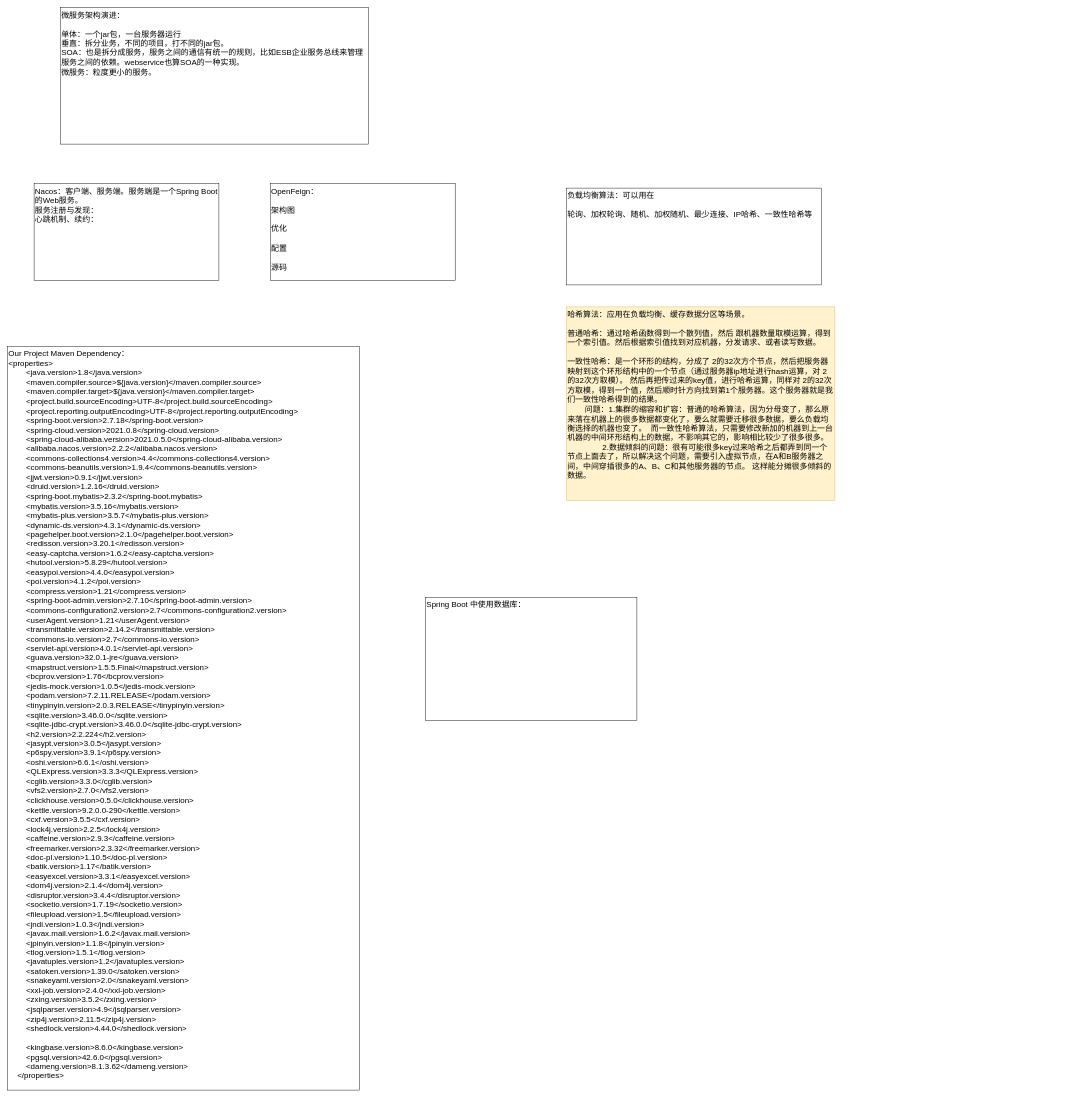
The draw.io diagram JAVA/微服务.drawio in KGwolf/MyDraw, before the edit. Source tidied: cells renumbered, new cells numbered last; positions are measured from the earlier drawing's top-left corner, leaving out a move shared by most shapes. Both pictures are drawn from the tidied source at 44%, with x=0, y=0 at pixel (7, 7).
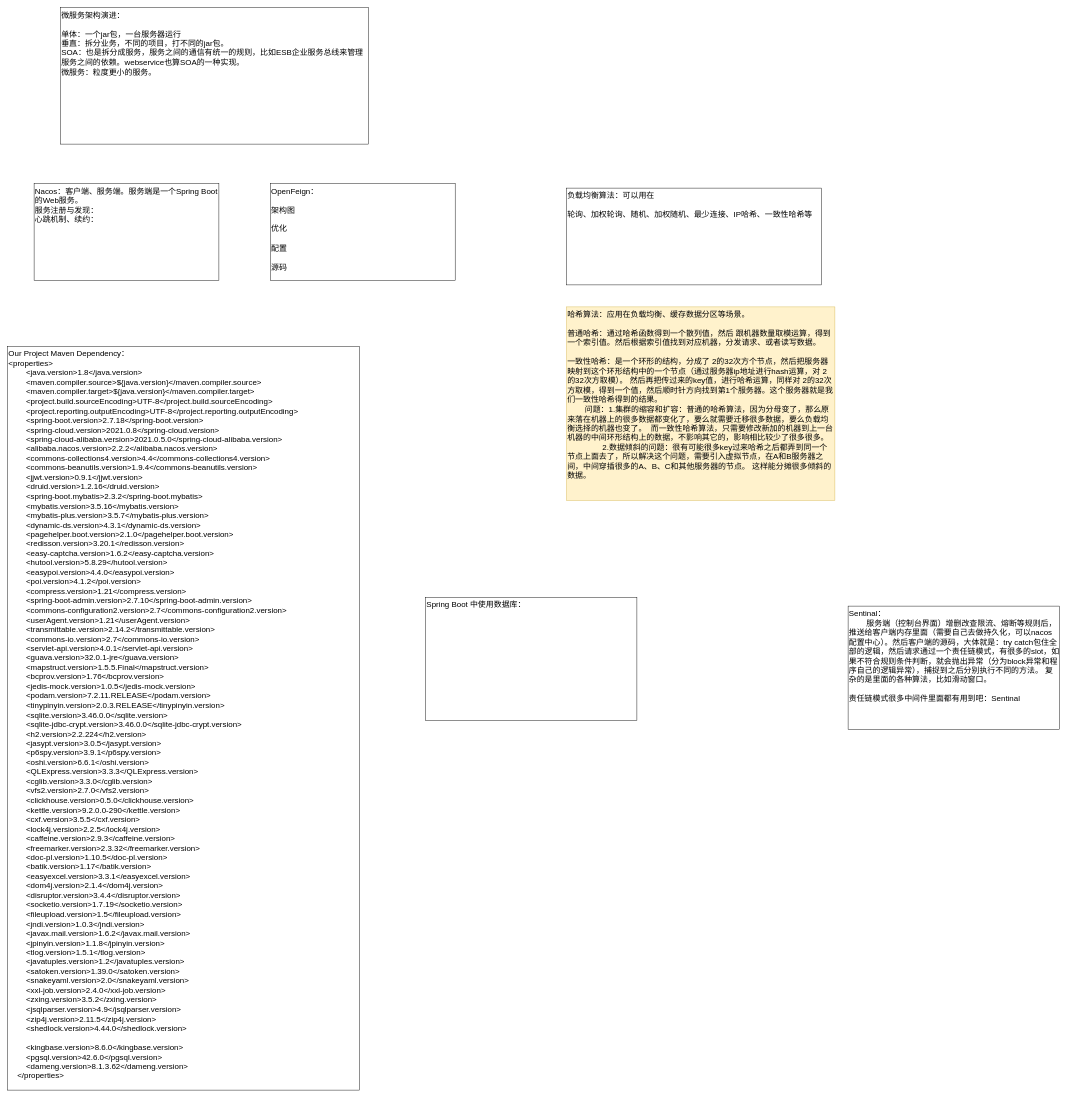
Above is the later version.

Commit message:
更新微服务.drawio

The edit, as a diff of the source:
```diff
@@
 <mxGraphModel>
   <root>
     <mxCell id="0" />
     <mxCell id="1" parent="0" />
     <mxCell id="2" value="Nacos：客户端、服务端。服务端是一个Spring Boot的Web服务。&lt;div&gt;服务注册与发现：&lt;/div&gt;&lt;div&gt;心跳机制、续约：&lt;br&gt;&lt;div&gt;&lt;br&gt;&lt;/div&gt;&lt;/div&gt;" style="rounded=0;whiteSpace=wrap;html=1;fontSize=18;verticalAlign=top;align=left;" parent="1" vertex="1">
       <mxGeometry x="60" y="400" width="420" height="220" as="geometry" />
     </mxCell>
     <mxCell id="3" value="&lt;div&gt;OpenFeign：&lt;/div&gt;&lt;div&gt;&lt;br&gt;&lt;/div&gt;&lt;div&gt;架构图&lt;/div&gt;&lt;div&gt;&lt;br&gt;&lt;/div&gt;&lt;div&gt;优化&lt;/div&gt;&lt;div&gt;&lt;br&gt;&lt;/div&gt;&lt;div&gt;配置&lt;/div&gt;&lt;div&gt;&lt;br&gt;&lt;/div&gt;&lt;div&gt;源码&lt;/div&gt;" style="rounded=0;whiteSpace=wrap;html=1;fontSize=18;verticalAlign=top;align=left;" parent="1" vertex="1">
       <mxGeometry x="597" y="400" width="420" height="220" as="geometry" />
     </mxCell>
     <mxCell id="4" value="Our Project Maven Dependency：&lt;div&gt;&lt;div&gt;&amp;lt;properties&amp;gt;&lt;/div&gt;&lt;div&gt;&amp;nbsp; &amp;nbsp; &amp;nbsp; &amp;nbsp; &amp;lt;java.version&amp;gt;1.8&amp;lt;/java.version&amp;gt;&lt;/div&gt;&lt;div&gt;&amp;nbsp; &amp;nbsp; &amp;nbsp; &amp;nbsp; &amp;lt;maven.compiler.source&amp;gt;${java.version}&amp;lt;/maven.compiler.source&amp;gt;&lt;/div&gt;&lt;div&gt;&amp;nbsp; &amp;nbsp; &amp;nbsp; &amp;nbsp; &amp;lt;maven.compiler.target&amp;gt;${java.version}&amp;lt;/maven.compiler.target&amp;gt;&lt;/div&gt;&lt;div&gt;&amp;nbsp; &amp;nbsp; &amp;nbsp; &amp;nbsp; &amp;lt;project.build.sourceEncoding&amp;gt;UTF-8&amp;lt;/project.build.sourceEncoding&amp;gt;&lt;/div&gt;&lt;div&gt;&amp;nbsp; &amp;nbsp; &amp;nbsp; &amp;nbsp; &amp;lt;project.reporting.outputEncoding&amp;gt;UTF-8&amp;lt;/project.reporting.outputEncoding&amp;gt;&lt;/div&gt;&lt;div&gt;&amp;nbsp; &amp;nbsp; &amp;nbsp; &amp;nbsp; &amp;lt;spring-boot.version&amp;gt;2.7.18&amp;lt;/spring-boot.version&amp;gt;&lt;/div&gt;&lt;div&gt;&amp;nbsp; &amp;nbsp; &amp;nbsp; &amp;nbsp; &amp;lt;spring-cloud.version&amp;gt;2021.0.8&amp;lt;/spring-cloud.version&amp;gt;&lt;/div&gt;&lt;div&gt;&amp;nbsp; &amp;nbsp; &amp;nbsp; &amp;nbsp; &amp;lt;spring-cloud-alibaba.version&amp;gt;2021.0.5.0&amp;lt;/spring-cloud-alibaba.version&amp;gt;&lt;/div&gt;&lt;div&gt;&amp;nbsp; &amp;nbsp; &amp;nbsp; &amp;nbsp; &amp;lt;alibaba.nacos.version&amp;gt;2.2.2&amp;lt;/alibaba.nacos.version&amp;gt;&lt;/div&gt;&lt;div&gt;&amp;nbsp; &amp;nbsp; &amp;nbsp; &amp;nbsp; &amp;lt;commons-collections4.version&amp;gt;4.4&amp;lt;/commons-collections4.version&amp;gt;&lt;/div&gt;&lt;div&gt;&amp;nbsp; &amp;nbsp; &amp;nbsp; &amp;nbsp; &amp;lt;commons-beanutils.version&amp;gt;1.9.4&amp;lt;/commons-beanutils.version&amp;gt;&lt;/div&gt;&lt;div&gt;&amp;nbsp; &amp;nbsp; &amp;nbsp; &amp;nbsp; &amp;lt;jjwt.version&amp;gt;0.9.1&amp;lt;/jjwt.version&amp;gt;&lt;/div&gt;&lt;div&gt;&amp;nbsp; &amp;nbsp; &amp;nbsp; &amp;nbsp; &amp;lt;druid.version&amp;gt;1.2.16&amp;lt;/druid.version&amp;gt;&lt;/div&gt;&lt;div&gt;&amp;nbsp; &amp;nbsp; &amp;nbsp; &amp;nbsp; &amp;lt;spring-boot.mybatis&amp;gt;2.3.2&amp;lt;/spring-boot.mybatis&amp;gt;&lt;/div&gt;&lt;div&gt;&amp;nbsp; &amp;nbsp; &amp;nbsp; &amp;nbsp; &amp;lt;mybatis.version&amp;gt;3.5.16&amp;lt;/mybatis.version&amp;gt;&lt;/div&gt;&lt;div&gt;&amp;nbsp; &amp;nbsp; &amp;nbsp; &amp;nbsp; &amp;lt;mybatis-plus.version&amp;gt;3.5.7&amp;lt;/mybatis-plus.version&amp;gt;&lt;/div&gt;&lt;div&gt;&amp;nbsp; &amp;nbsp; &amp;nbsp; &amp;nbsp; &amp;lt;dynamic-ds.version&amp;gt;4.3.1&amp;lt;/dynamic-ds.version&amp;gt;&lt;/div&gt;&lt;div&gt;&amp;nbsp; &amp;nbsp; &amp;nbsp; &amp;nbsp; &amp;lt;pagehelper.boot.version&amp;gt;2.1.0&amp;lt;/pagehelper.boot.version&amp;gt;&lt;/div&gt;&lt;div&gt;&amp;nbsp; &amp;nbsp; &amp;nbsp; &amp;nbsp; &amp;lt;redisson.version&amp;gt;3.20.1&amp;lt;/redisson.version&amp;gt;&lt;/div&gt;&lt;div&gt;&amp;nbsp; &amp;nbsp; &amp;nbsp; &amp;nbsp; &amp;lt;easy-captcha.version&amp;gt;1.6.2&amp;lt;/easy-captcha.version&amp;gt;&lt;/div&gt;&lt;div&gt;&amp;nbsp; &amp;nbsp; &amp;nbsp; &amp;nbsp; &amp;lt;hutool.version&amp;gt;5.8.29&amp;lt;/hutool.version&amp;gt;&lt;/div&gt;&lt;div&gt;&amp;nbsp; &amp;nbsp; &amp;nbsp; &amp;nbsp; &amp;lt;easypoi.version&amp;gt;4.4.0&amp;lt;/easypoi.version&amp;gt;&lt;/div&gt;&lt;div&gt;&amp;nbsp; &amp;nbsp; &amp;nbsp; &amp;nbsp; &amp;lt;poi.version&amp;gt;4.1.2&amp;lt;/poi.version&amp;gt;&lt;/div&gt;&lt;div&gt;&amp;nbsp; &amp;nbsp; &amp;nbsp; &amp;nbsp; &amp;lt;compress.version&amp;gt;1.21&amp;lt;/compress.version&amp;gt;&lt;/div&gt;&lt;div&gt;&amp;nbsp; &amp;nbsp; &amp;nbsp; &amp;nbsp; &amp;lt;spring-boot-admin.version&amp;gt;2.7.10&amp;lt;/spring-boot-admin.version&amp;gt;&lt;/div&gt;&lt;div&gt;&amp;nbsp; &amp;nbsp; &amp;nbsp; &amp;nbsp; &amp;lt;commons-configuration2.version&amp;gt;2.7&amp;lt;/commons-configuration2.version&amp;gt;&lt;/div&gt;&lt;div&gt;&amp;nbsp; &amp;nbsp; &amp;nbsp; &amp;nbsp; &amp;lt;userAgent.version&amp;gt;1.21&amp;lt;/userAgent.version&amp;gt;&lt;/div&gt;&lt;div&gt;&amp;nbsp; &amp;nbsp; &amp;nbsp; &amp;nbsp; &amp;lt;transmittable.version&amp;gt;2.14.2&amp;lt;/transmittable.version&amp;gt;&lt;/div&gt;&lt;div&gt;&amp;nbsp; &amp;nbsp; &amp;nbsp; &amp;nbsp; &amp;lt;commons-io.version&amp;gt;2.7&amp;lt;/commons-io.version&amp;gt;&lt;/div&gt;&lt;div&gt;&amp;nbsp; &amp;nbsp; &amp;nbsp; &amp;nbsp; &amp;lt;servlet-api.version&amp;gt;4.0.1&amp;lt;/servlet-api.version&amp;gt;&lt;/div&gt;&lt;div&gt;&amp;nbsp; &amp;nbsp; &amp;nbsp; &amp;nbsp; &amp;lt;guava.version&amp;gt;32.0.1-jre&amp;lt;/guava.version&amp;gt;&lt;/div&gt;&lt;div&gt;&amp;nbsp; &amp;nbsp; &amp;nbsp; &amp;nbsp; &amp;lt;mapstruct.version&amp;gt;1.5.5.Final&amp;lt;/mapstruct.version&amp;gt;&lt;/div&gt;&lt;div&gt;&amp;nbsp; &amp;nbsp; &amp;nbsp; &amp;nbsp; &amp;lt;bcprov.version&amp;gt;1.76&amp;lt;/bcprov.version&amp;gt;&lt;/div&gt;&lt;div&gt;&amp;nbsp; &amp;nbsp; &amp;nbsp; &amp;nbsp; &amp;lt;jedis-mock.version&amp;gt;1.0.5&amp;lt;/jedis-mock.version&amp;gt;&lt;/div&gt;&lt;div&gt;&amp;nbsp; &amp;nbsp; &amp;nbsp; &amp;nbsp; &amp;lt;podam.version&amp;gt;7.2.11.RELEASE&amp;lt;/podam.version&amp;gt;&lt;/div&gt;&lt;div&gt;&amp;nbsp; &amp;nbsp; &amp;nbsp; &amp;nbsp; &amp;lt;tinypinyin.version&amp;gt;2.0.3.RELEASE&amp;lt;/tinypinyin.version&amp;gt;&lt;/div&gt;&lt;div&gt;&amp;nbsp; &amp;nbsp; &amp;nbsp; &amp;nbsp; &amp;lt;sqlite.version&amp;gt;3.46.0.0&amp;lt;/sqlite.version&amp;gt;&lt;/div&gt;&lt;div&gt;&amp;nbsp; &amp;nbsp; &amp;nbsp; &amp;nbsp; &amp;lt;sqlite-jdbc-crypt.version&amp;gt;3.46.0.0&amp;lt;/sqlite-jdbc-crypt.version&amp;gt;&lt;/div&gt;&lt;div&gt;&amp;nbsp; &amp;nbsp; &amp;nbsp; &amp;nbsp; &amp;lt;h2.version&amp;gt;2.2.224&amp;lt;/h2.version&amp;gt;&lt;/div&gt;&lt;div&gt;&amp;nbsp; &amp;nbsp; &amp;nbsp; &amp;nbsp; &amp;lt;jasypt.version&amp;gt;3.0.5&amp;lt;/jasypt.version&amp;gt;&lt;/div&gt;&lt;div&gt;&amp;nbsp; &amp;nbsp; &amp;nbsp; &amp;nbsp; &amp;lt;p6spy.version&amp;gt;3.9.1&amp;lt;/p6spy.version&amp;gt;&lt;/div&gt;&lt;div&gt;&amp;nbsp; &amp;nbsp; &amp;nbsp; &amp;nbsp; &amp;lt;oshi.version&amp;gt;6.6.1&amp;lt;/oshi.version&amp;gt;&lt;/div&gt;&lt;div&gt;&amp;nbsp; &amp;nbsp; &amp;nbsp; &amp;nbsp; &amp;lt;QLExpress.version&amp;gt;3.3.3&amp;lt;/QLExpress.version&amp;gt;&lt;/div&gt;&lt;div&gt;&amp;nbsp; &amp;nbsp; &amp;nbsp; &amp;nbsp; &amp;lt;cglib.version&amp;gt;3.3.0&amp;lt;/cglib.version&amp;gt;&lt;/div&gt;&lt;div&gt;&amp;nbsp; &amp;nbsp; &amp;nbsp; &amp;nbsp; &amp;lt;vfs2.version&amp;gt;2.7.0&amp;lt;/vfs2.version&amp;gt;&lt;/div&gt;&lt;div&gt;&amp;nbsp; &amp;nbsp; &amp;nbsp; &amp;nbsp; &amp;lt;clickhouse.version&amp;gt;0.5.0&amp;lt;/clickhouse.version&amp;gt;&lt;/div&gt;&lt;div&gt;&amp;nbsp; &amp;nbsp; &amp;nbsp; &amp;nbsp; &amp;lt;kettle.version&amp;gt;9.2.0.0-290&amp;lt;/kettle.version&amp;gt;&lt;/div&gt;&lt;div&gt;&amp;nbsp; &amp;nbsp; &amp;nbsp; &amp;nbsp; &amp;lt;cxf.version&amp;gt;3.5.5&amp;lt;/cxf.version&amp;gt;&lt;/div&gt;&lt;div&gt;&amp;nbsp; &amp;nbsp; &amp;nbsp; &amp;nbsp; &amp;lt;lock4j.version&amp;gt;2.2.5&amp;lt;/lock4j.version&amp;gt;&lt;/div&gt;&lt;div&gt;&amp;nbsp; &amp;nbsp; &amp;nbsp; &amp;nbsp; &amp;lt;caffeine.version&amp;gt;2.9.3&amp;lt;/caffeine.version&amp;gt;&lt;/div&gt;&lt;div&gt;&amp;nbsp; &amp;nbsp; &amp;nbsp; &amp;nbsp; &amp;lt;freemarker.version&amp;gt;2.3.32&amp;lt;/freemarker.version&amp;gt;&lt;/div&gt;&lt;div&gt;&amp;nbsp; &amp;nbsp; &amp;nbsp; &amp;nbsp; &amp;lt;doc-pl.version&amp;gt;1.10.5&amp;lt;/doc-pl.version&amp;gt;&lt;/div&gt;&lt;div&gt;&amp;nbsp; &amp;nbsp; &amp;nbsp; &amp;nbsp; &amp;lt;batik.version&amp;gt;1.17&amp;lt;/batik.version&amp;gt;&lt;/div&gt;&lt;div&gt;&amp;nbsp; &amp;nbsp; &amp;nbsp; &amp;nbsp; &amp;lt;easyexcel.version&amp;gt;3.3.1&amp;lt;/easyexcel.version&amp;gt;&lt;/div&gt;&lt;div&gt;&amp;nbsp; &amp;nbsp; &amp;nbsp; &amp;nbsp; &amp;lt;dom4j.version&amp;gt;2.1.4&amp;lt;/dom4j.version&amp;gt;&lt;/div&gt;&lt;div&gt;&amp;nbsp; &amp;nbsp; &amp;nbsp; &amp;nbsp; &amp;lt;disruptor.version&amp;gt;3.4.4&amp;lt;/disruptor.version&amp;gt;&lt;/div&gt;&lt;div&gt;&amp;nbsp; &amp;nbsp; &amp;nbsp; &amp;nbsp; &amp;lt;socketio.version&amp;gt;1.7.19&amp;lt;/socketio.version&amp;gt;&lt;/div&gt;&lt;div&gt;&amp;nbsp; &amp;nbsp; &amp;nbsp; &amp;nbsp; &amp;lt;fileupload.version&amp;gt;1.5&amp;lt;/fileupload.version&amp;gt;&lt;/div&gt;&lt;div&gt;&amp;nbsp; &amp;nbsp; &amp;nbsp; &amp;nbsp; &amp;lt;jndi.version&amp;gt;1.0.3&amp;lt;/jndi.version&amp;gt;&lt;/div&gt;&lt;div&gt;&amp;nbsp; &amp;nbsp; &amp;nbsp; &amp;nbsp; &amp;lt;javax.mail.version&amp;gt;1.6.2&amp;lt;/javax.mail.version&amp;gt;&lt;/div&gt;&lt;div&gt;&amp;nbsp; &amp;nbsp; &amp;nbsp; &amp;nbsp; &amp;lt;jpinyin.version&amp;gt;1.1.8&amp;lt;/jpinyin.version&amp;gt;&lt;/div&gt;&lt;div&gt;&amp;nbsp; &amp;nbsp; &amp;nbsp; &amp;nbsp; &amp;lt;tlog.version&amp;gt;1.5.1&amp;lt;/tlog.version&amp;gt;&lt;/div&gt;&lt;div&gt;&amp;nbsp; &amp;nbsp; &amp;nbsp; &amp;nbsp; &amp;lt;javatuples.version&amp;gt;1.2&amp;lt;/javatuples.version&amp;gt;&lt;/div&gt;&lt;div&gt;&amp;nbsp; &amp;nbsp; &amp;nbsp; &amp;nbsp; &amp;lt;satoken.version&amp;gt;1.39.0&amp;lt;/satoken.version&amp;gt;&lt;/div&gt;&lt;div&gt;&amp;nbsp; &amp;nbsp; &amp;nbsp; &amp;nbsp; &amp;lt;snakeyaml.version&amp;gt;2.0&amp;lt;/snakeyaml.version&amp;gt;&lt;/div&gt;&lt;div&gt;&amp;nbsp; &amp;nbsp; &amp;nbsp; &amp;nbsp; &amp;lt;xxl-job.version&amp;gt;2.4.0&amp;lt;/xxl-job.version&amp;gt;&lt;/div&gt;&lt;div&gt;&amp;nbsp; &amp;nbsp; &amp;nbsp; &amp;nbsp; &amp;lt;zxing.version&amp;gt;3.5.2&amp;lt;/zxing.version&amp;gt;&lt;/div&gt;&lt;div&gt;&amp;nbsp; &amp;nbsp; &amp;nbsp; &amp;nbsp; &amp;lt;jsqlparser.version&amp;gt;4.9&amp;lt;/jsqlparser.version&amp;gt;&lt;/div&gt;&lt;div&gt;&amp;nbsp; &amp;nbsp; &amp;nbsp; &amp;nbsp; &amp;lt;zip4j.version&amp;gt;2.11.5&amp;lt;/zip4j.version&amp;gt;&lt;/div&gt;&lt;div&gt;&amp;nbsp; &amp;nbsp; &amp;nbsp; &amp;nbsp; &amp;lt;shedlock.version&amp;gt;4.44.0&amp;lt;/shedlock.version&amp;gt;&lt;/div&gt;&lt;div&gt;&lt;br&gt;&lt;/div&gt;&lt;div&gt;&amp;nbsp; &amp;nbsp; &amp;nbsp; &amp;nbsp; &amp;lt;kingbase.version&amp;gt;8.6.0&amp;lt;/kingbase.version&amp;gt;&lt;/div&gt;&lt;div&gt;&amp;nbsp; &amp;nbsp; &amp;nbsp; &amp;nbsp; &amp;lt;pgsql.version&amp;gt;42.6.0&amp;lt;/pgsql.version&amp;gt;&lt;/div&gt;&lt;div&gt;&amp;nbsp; &amp;nbsp; &amp;nbsp; &amp;nbsp; &amp;lt;dameng.version&amp;gt;8.1.3.62&amp;lt;/dameng.version&amp;gt;&lt;/div&gt;&lt;div&gt;&amp;nbsp; &amp;nbsp; &amp;lt;/properties&amp;gt;&lt;/div&gt;&lt;div&gt;&lt;br&gt;&lt;/div&gt;&lt;/div&gt;" style="rounded=0;whiteSpace=wrap;html=1;fontSize=18;verticalAlign=top;align=left;" parent="1" vertex="1">
       <mxGeometry y="770" width="800" height="1690" as="geometry" />
     </mxCell>
     <mxCell id="5" value="微服务架构演进：&lt;div&gt;&lt;br&gt;&lt;/div&gt;&lt;div&gt;单体：一个jar包，一台服务器运行&lt;/div&gt;&lt;div&gt;垂直：拆分业务，不同的项目，打不同的jar包。&lt;/div&gt;&lt;div&gt;SOA：也是拆分成服务，服务之间的通信有统一的规则，比如ESB企业服务总线来管理服务之间的依赖。webservice也算SOA的一种实现。&lt;/div&gt;&lt;div&gt;微服务：粒度更小的服务。&lt;br&gt;&lt;div&gt;&lt;br&gt;&lt;/div&gt;&lt;/div&gt;" style="rounded=0;whiteSpace=wrap;html=1;fontSize=18;verticalAlign=top;align=left;" parent="1" vertex="1">
       <mxGeometry x="120" width="700" height="310" as="geometry" />
     </mxCell>
     <mxCell id="6" value="&lt;div&gt;负载均衡算法：可以用在&lt;/div&gt;&lt;div&gt;&lt;br&gt;&lt;/div&gt;&lt;div&gt;轮询、加权轮询、随机、加权随机、最少连接、IP哈希、一致性哈希等&lt;/div&gt;" style="rounded=0;whiteSpace=wrap;html=1;fontSize=18;verticalAlign=top;align=left;" parent="1" vertex="1">
       <mxGeometry x="1270" y="410" width="580" height="220" as="geometry" />
     </mxCell>
     <mxCell id="7" value="&lt;div&gt;哈希算法：应用在负载均衡、缓存数据分区等场景。&lt;/div&gt;&lt;div&gt;&lt;br&gt;&lt;/div&gt;&lt;div&gt;普通哈希：通过哈希函数得到一个散列值，然后 跟机器数量取模运算，得到一个索引值。然后根据索引值找到对应机器，分发请求、或者读写数据。&lt;/div&gt;&lt;div&gt;&lt;br&gt;&lt;/div&gt;一致性哈希：是一个环形的结构，分成了 2的32次方个节点，然后把服务器映射到这个环形结构中的一个节点（通过服务器ip地址进行hash运算，对 2的32次方取模）。 然后再把传过来的key值，进行哈希运算，同样对 2的32次方取模，得到一个值，然后顺时针方向找到第1个服务器。这个服务器就是我们一致性哈希得到的结果。&lt;div&gt;&lt;span style=&quot;white-space: pre;&quot;&gt;&#9;&lt;/span&gt;问题：1.集群的缩容和扩容：普通的哈希算法，因为分母变了，那么原来落在机器上的很多数据都变化了，要么就需要迁移很多数据，要么负载均衡选择的机器也变了。&amp;nbsp; 而一致性哈希算法，只需要修改新加的机器到上一台机器的中间环形结构上的数据，不影响其它的，影响相比较少了很多很多。&lt;br&gt;&lt;/div&gt;&lt;div&gt;&lt;span style=&quot;white-space: pre;&quot;&gt;&#9;&lt;/span&gt;&lt;span style=&quot;white-space: pre;&quot;&gt;&#9;&lt;/span&gt;2.数据倾斜的问题：很有可能很多key过来哈希之后都弄到同一个节点上面去了，所以解决这个问题，需要引入虚拟节点，在A和B服务器之间，中间穿插很多的A、B、C和其他服务器的节点。 这样能分摊很多倾斜的数据。&lt;br&gt;&lt;/div&gt;" style="rounded=0;whiteSpace=wrap;html=1;fontSize=18;verticalAlign=top;align=left;fillColor=#fff2cc;strokeColor=#d6b656;" parent="1" vertex="1">
       <mxGeometry x="1270" y="680" width="610" height="440" as="geometry" />
     </mxCell>
     <mxCell id="8" value="Spring Boot 中使用数据库：" style="rounded=0;whiteSpace=wrap;html=1;fontSize=18;verticalAlign=top;align=left;" parent="1" vertex="1">
       <mxGeometry x="950" y="1340" width="480" height="280" as="geometry" />
     </mxCell>
+    <mxCell id="9" value="Sentinal：&lt;div&gt;&lt;span style=&quot;white-space: pre;&quot;&gt;&#9;&lt;/span&gt;服务端（控制台界面）增删改查限流、熔断等规则后，推送给客户端内存里面（需要自己去做持久化，可以nacos配置中心）。然后客户端的源码，大体就是：try catch包住全部的逻辑，然后请求通过一个责任链模式，有很多的slot，如果不符合规则条件判断，就会抛出异常（分为block异常和程序自己的逻辑异常），捕捉到之后分别执行不同的方法。 复杂的是里面的各种算法，比如滑动窗口。&lt;br&gt;&lt;/div&gt;&lt;div&gt;&lt;br&gt;&lt;/div&gt;&lt;div&gt;责任链模式很多中间件里面都有用到吧：Sentinal&lt;/div&gt;&lt;div&gt;&lt;br&gt;&lt;/div&gt;" style="rounded=0;whiteSpace=wrap;html=1;fontSize=18;verticalAlign=top;align=left;" parent="1" vertex="1">
+      <mxGeometry x="1910" y="1360" width="480" height="280" as="geometry" />
+    </mxCell>
   </root>
 </mxGraphModel>
```
